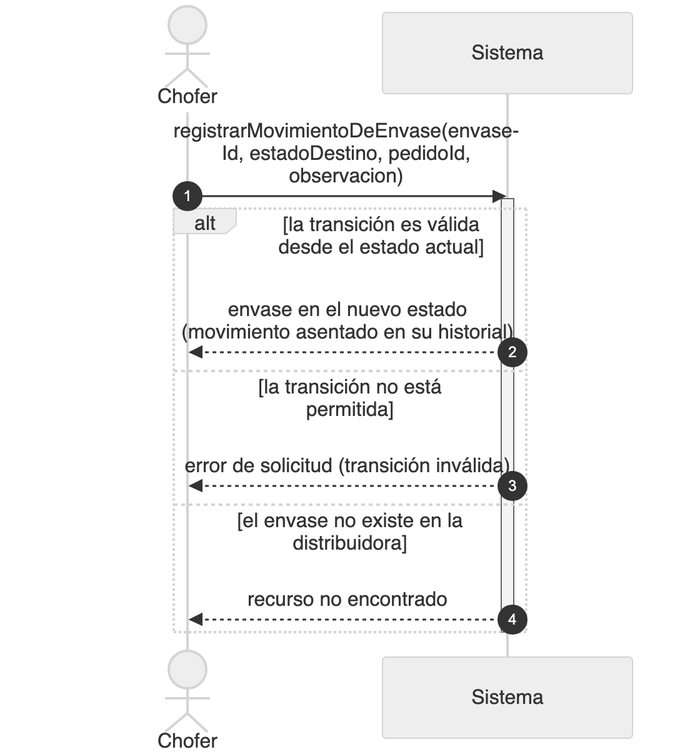
This is diagramas/png/DSS_CU-070_Registrar-Movimiento-De-Envase.png from Nahuelito-Dev/splg-docs, a Mermaid export, as it was before one commit. Its source is kept beside it as diagramas/DSS_CU-070_Registrar-Movimiento-De-Envase.mmd.
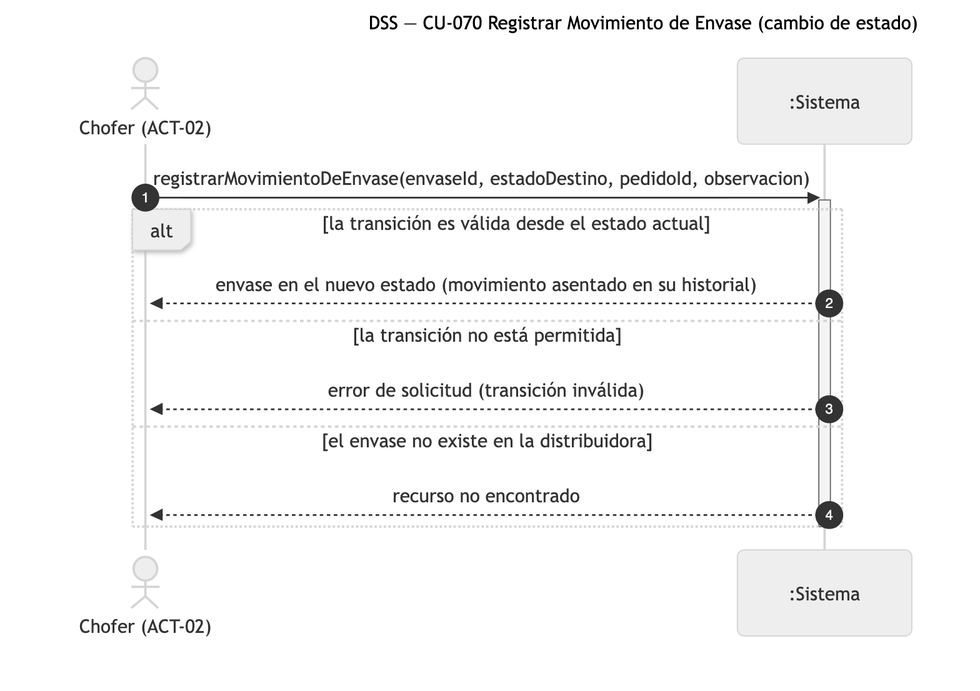
After the change.

What changed in the source:
```diff
@@ -1,8 +1,8 @@
 sequenceDiagram
-    title DSS — CU-070 Registrar Movimiento De Envase
+    title DSS — CU-070 Registrar Movimiento de Envase (cambio de estado)
     autonumber
-    actor CHO as Chofer
-    participant SIS as Sistema
+    actor CHO as Chofer (ACT-02)
+    participant SIS as :Sistema
 
     CHO->>SIS: registrarMovimientoDeEnvase(envaseId, estadoDestino, pedidoId, observacion)
     activate SIS
```
